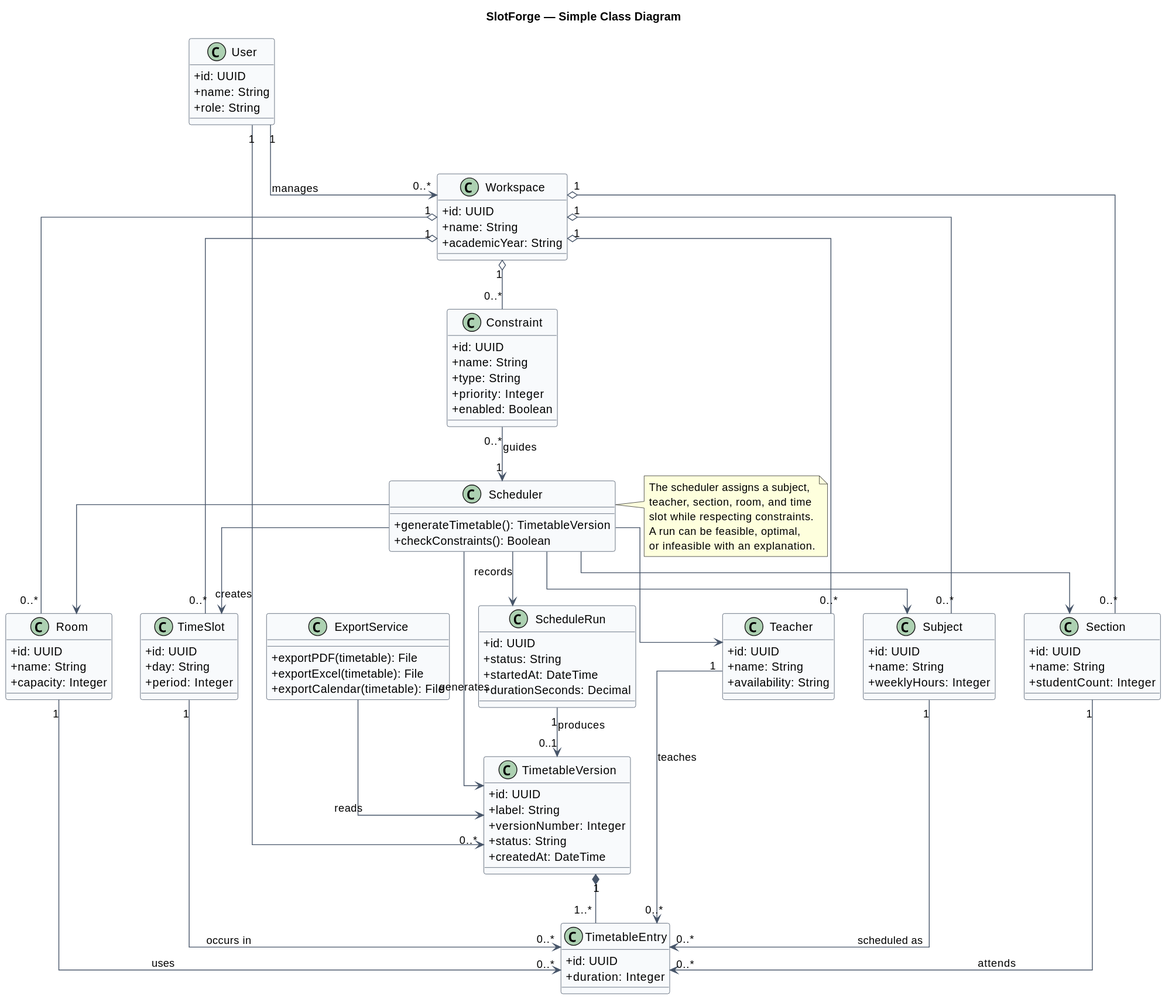
The PlantUML diagram docs/uml/v2/class-diagram.svg in revanthlol/SlotForge, before a commit.
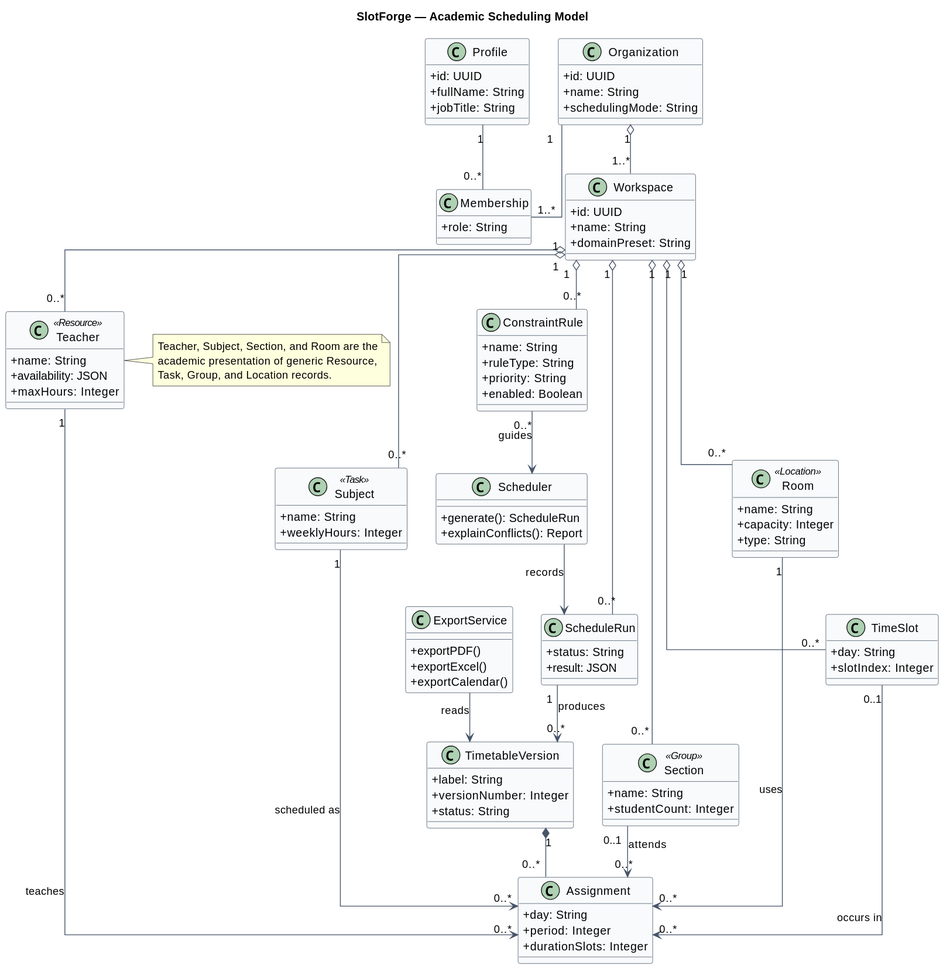
Later version of the same file.

Change to the diagram source:
```diff
@@ -1,5 +1,5 @@
 @startuml
-title SlotForge — Simple Class Diagram
+title SlotForge — Academic Scheduling Model
 skinparam shadowing false
 skinparam classAttributeIconSize 0
 skinparam packageStyle rectangle
@@ -8,117 +8,100 @@
 skinparam ClassBackgroundColor #F8FAFC
 skinparam ClassBorderColor #334155
 
-class User {
+class Profile {
+  +id: UUID
+  +fullName: String
+  +jobTitle: String
+}
+class Organization {
   +id: UUID
   +name: String
+  +schedulingMode: String
+}
+class Membership {
   +role: String
 }
-
 class Workspace {
   +id: UUID
   +name: String
-  +academicYear: String
+  +domainPreset: String
 }
-
-class Teacher {
-  +id: UUID
+class Teacher <<Resource>> {
   +name: String
-  +availability: String
+  +availability: JSON
+  +maxHours: Integer
 }
-
-class Subject {
-  +id: UUID
+class Subject <<Task>> {
   +name: String
   +weeklyHours: Integer
 }
-
-class Section {
-  +id: UUID
+class Section <<Group>> {
   +name: String
   +studentCount: Integer
 }
-
-class Room {
-  +id: UUID
+class Room <<Location>> {
   +name: String
   +capacity: Integer
+  +type: String
 }
-
 class TimeSlot {
-  +id: UUID
   +day: String
-  +period: Integer
+  +slotIndex: Integer
 }
-
-class Constraint {
-  +id: UUID
+class ConstraintRule {
   +name: String
-  +type: String
-  +priority: Integer
+  +ruleType: String
+  +priority: String
   +enabled: Boolean
 }
-
 class ScheduleRun {
-  +id: UUID
   +status: String
-  +startedAt: DateTime
-  +durationSeconds: Decimal
+  +result: JSON
 }
-
 class TimetableVersion {
-  +id: UUID
   +label: String
   +versionNumber: Integer
   +status: String
-  +createdAt: DateTime
+}
+class Assignment {
+  +day: String
+  +period: Integer
+  +durationSlots: Integer
+}
+class Scheduler {
+  +generate(): ScheduleRun
+  +explainConflicts(): Report
+}
+class ExportService {
+  +exportPDF()
+  +exportExcel()
+  +exportCalendar()
 }
 
-class TimetableEntry {
-  +id: UUID
-  +duration: Integer
-}
-
-class Scheduler {
-  +generateTimetable(): TimetableVersion
-  +checkConstraints(): Boolean
-}
-
-class ExportService {
-  +exportPDF(timetable): File
-  +exportExcel(timetable): File
-  +exportCalendar(timetable): File
-}
-
-User "1" --> "0..*" Workspace : manages
+Profile "1" -- "0..*" Membership
+Organization "1" -- "1..*" Membership
+Organization "1" o-- "1..*" Workspace
 Workspace "1" o-- "0..*" Teacher
 Workspace "1" o-- "0..*" Subject
 Workspace "1" o-- "0..*" Section
 Workspace "1" o-- "0..*" Room
 Workspace "1" o-- "0..*" TimeSlot
-Workspace "1" o-- "0..*" Constraint
-User "1" --> "0..*" TimetableVersion : creates
-Teacher "1" --> "0..*" TimetableEntry : teaches
-Subject "1" --> "0..*" TimetableEntry : scheduled as
-Section "1" --> "0..*" TimetableEntry : attends
-Room "1" --> "0..*" TimetableEntry : uses
-TimeSlot "1" --> "0..*" TimetableEntry : occurs in
-TimetableVersion "1" *-- "1..*" TimetableEntry
-ScheduleRun "1" --> "0..1" TimetableVersion : produces
-Constraint "0..*" --> "1" Scheduler : guides
+Workspace "1" o-- "0..*" ConstraintRule
+Workspace "1" o-- "0..*" ScheduleRun
+ScheduleRun "1" --> "0..*" TimetableVersion : produces
+TimetableVersion "1" *-- "0..*" Assignment
+Teacher "1" --> "0..*" Assignment : teaches
+Subject "1" --> "0..*" Assignment : scheduled as
+Section "0..1" --> "0..*" Assignment : attends
+Room "1" --> "0..*" Assignment : uses
+TimeSlot "0..1" --> "0..*" Assignment : occurs in
+ConstraintRule "0..*" --> Scheduler : guides
 Scheduler --> ScheduleRun : records
-Scheduler --> TimetableVersion : generates
-Scheduler --> Teacher
-Scheduler --> Subject
-Scheduler --> Section
-Scheduler --> Room
-Scheduler --> TimeSlot
 ExportService --> TimetableVersion : reads
 
-note right of Scheduler
-  The scheduler assigns a subject,
-  teacher, section, room, and time
-  slot while respecting constraints.
-  A run can be feasible, optimal,
-  or infeasible with an explanation.
+note right of Teacher
+  Teacher, Subject, Section, and Room are the
+  academic presentation of generic Resource,
+  Task, Group, and Location records.
 end note
 @enduml
```
